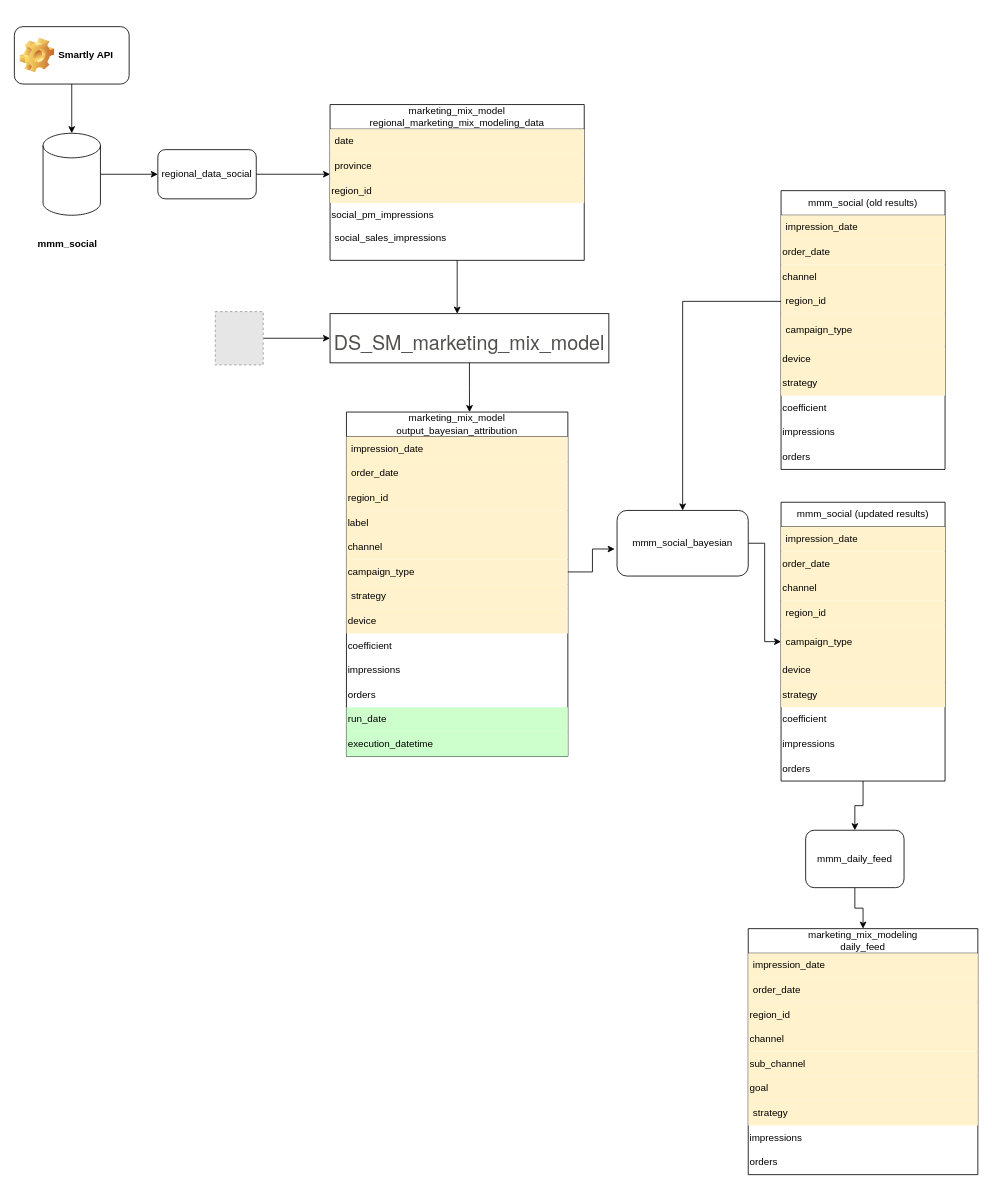
The draw.io diagram page "Social" (8 of 8) of mmm/mmm_dag.drawio in aram-koorn/coolblue-diagrams, before the edit. Source tidied: cells renumbered, new cells numbered last; positions are measured from the earlier drawing's top-left corner, leaving out a move shared by most shapes. Both pictures are drawn from the tidied source at 82%, with x=0, y=0 at pixel (14, 26). Pictures stored in the file or linked from it are replaced by grey dashed boxes.
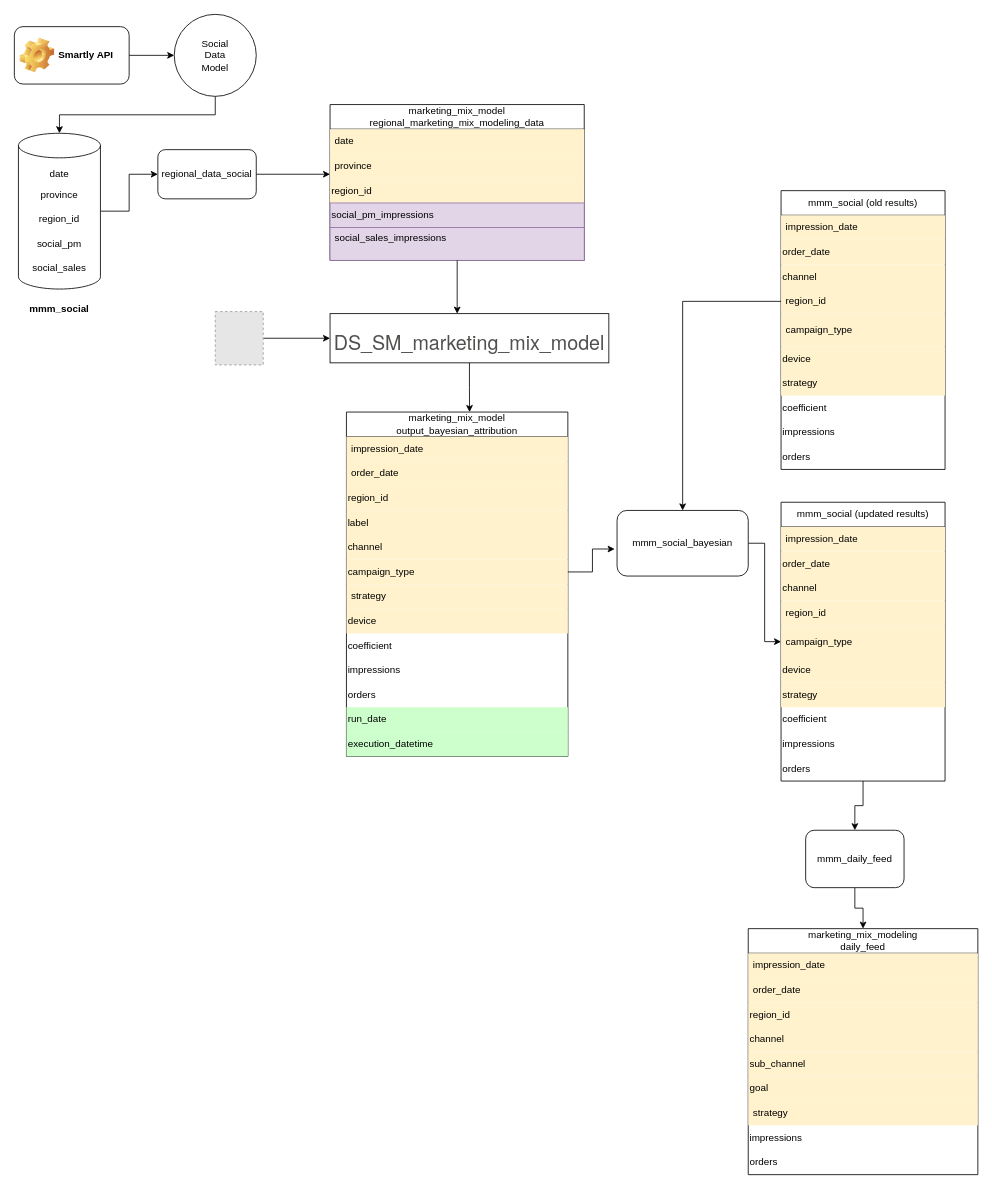
Above is the later version.

The change refers to these unchanged cells:
```xml
<mxCell id="2" value="marketing_mix_model&lt;div&gt;regional_marketing_mix_modeling_data&lt;/div&gt;" style="swimlane;fontStyle=0;horizontal=1;startSize=30;whiteSpace=wrap;html=1;" parent="1" vertex="1">
  <mxGeometry x="385" y="95" width="310" height="190" as="geometry" />
</mxCell>
<mxCell id="13" value="Smartly API" style="label;whiteSpace=wrap;html=1;image=img/clipart/Gear_128x128.png;" parent="1" vertex="1">
  <mxGeometry width="140" height="70" as="geometry" />
</mxCell>
```

Change to the diagram source:
```diff
@@
-    <mxCell id="6" value="social_pm_impressions" style="text;html=1;align=left;verticalAlign=middle;whiteSpace=wrap;rounded=0;fillColor=none;" parent="2" vertex="1">
+    <mxCell id="6" value="social_pm_impressions" style="text;html=1;align=left;verticalAlign=middle;whiteSpace=wrap;rounded=0;fillColor=#e1d5e7;strokeColor=#9673a6;" parent="2" vertex="1">
       <mxGeometry y="120" width="310" height="30" as="geometry" />
     </mxCell>
-    <mxCell id="7" value="social_sales_impressions&lt;div&gt;&lt;br&gt;&lt;/div&gt;" style="text;strokeColor=none;fillColor=none;align=left;verticalAlign=middle;spacingLeft=4;spacingRight=4;overflow=hidden;whiteSpace=wrap;html=1;" parent="2" vertex="1">
+    <mxCell id="7" value="social_sales_impressions&lt;div&gt;&lt;br&gt;&lt;/div&gt;" style="text;strokeColor=#9673a6;fillColor=#e1d5e7;align=left;verticalAlign=middle;spacingLeft=4;spacingRight=4;overflow=hidden;whiteSpace=wrap;html=1;" parent="2" vertex="1">
       <mxGeometry y="150" width="310" height="40" as="geometry" />
     </mxCell>
@@
     <mxCell id="9" style="shape=cylinder3;whiteSpace=wrap;html=1;boundedLbl=1;backgroundOutline=1;size=15;" parent="1" vertex="1">
-      <mxGeometry x="35" y="130" width="70" height="100" as="geometry" />
+      <mxGeometry x="5" y="130" width="100" height="190" as="geometry" />
     </mxCell>
     <mxCell id="10" value="&lt;b&gt;mmm_social&lt;/b&gt;" style="text;html=1;align=center;verticalAlign=middle;whiteSpace=wrap;rounded=0;" parent="1" vertex="1">
-      <mxGeometry x="35" y="250" width="60" height="30" as="geometry" />
+      <mxGeometry x="25" y="330" width="60" height="30" as="geometry" />
     </mxCell>
@@
+    <mxCell id="73" style="edgeStyle=orthogonalEdgeStyle;rounded=0;jettySize=auto;html=1;exitX=1;exitY=0.5;exitDx=0;exitDy=0;entryX=0;entryY=0.5;entryDx=0;entryDy=0;" parent="1" edge="1" source="13" target="75">
+      <mxGeometry relative="1" as="geometry" />
+    </mxCell>
@@
-    <mxCell id="14" style="edgeStyle=orthogonalEdgeStyle;rounded=0;jettySize=auto;html=1;entryX=0.5;entryY=0;entryDx=0;entryDy=0;entryPerimeter=0;" parent="1" edge="1" source="13" target="9">
-      <mxGeometry relative="1" as="geometry" />
-    </mxCell>
@@
+    <mxCell id="74" style="edgeStyle=orthogonalEdgeStyle;rounded=0;jettySize=auto;html=1;exitX=0.5;exitY=1;exitDx=0;exitDy=0;" parent="1" edge="1" source="75" target="9">
+      <mxGeometry relative="1" as="geometry" />
+    </mxCell>
+    <mxCell id="75" style="ellipse;whiteSpace=wrap;html=1;" parent="1" vertex="1">
+      <mxGeometry x="195" y="-15" width="100" height="100" as="geometry" />
+    </mxCell>
+    <mxCell id="76" value="Social&lt;div&gt;Data Model&lt;/div&gt;" style="text;html=1;align=center;verticalAlign=middle;whiteSpace=wrap;rounded=0;" parent="1" vertex="1">
+      <mxGeometry x="215" y="20" width="60" height="30" as="geometry" />
+    </mxCell>
+    <mxCell id="77" value="date" style="text;html=1;align=center;verticalAlign=middle;whiteSpace=wrap;rounded=0;" parent="1" vertex="1">
+      <mxGeometry x="25" y="165" width="60" height="30" as="geometry" />
+    </mxCell>
+    <mxCell id="78" value="province" style="text;html=1;align=center;verticalAlign=middle;whiteSpace=wrap;rounded=0;" parent="1" vertex="1">
+      <mxGeometry x="25" y="190" width="60" height="30" as="geometry" />
+    </mxCell>
+    <mxCell id="79" value="region_id" style="text;html=1;align=center;verticalAlign=middle;whiteSpace=wrap;rounded=0;" parent="1" vertex="1">
+      <mxGeometry x="25" y="220" width="60" height="30" as="geometry" />
+    </mxCell>
+    <mxCell id="80" value="social_pm" style="text;html=1;align=center;verticalAlign=middle;whiteSpace=wrap;rounded=0;" parent="1" vertex="1">
+      <mxGeometry x="25" y="250" width="60" height="30" as="geometry" />
+    </mxCell>
+    <mxCell id="81" value="social_sales" style="text;html=1;align=center;verticalAlign=middle;whiteSpace=wrap;rounded=0;" parent="1" vertex="1">
+      <mxGeometry x="25" y="280" width="60" height="30" as="geometry" />
+    </mxCell>
```
